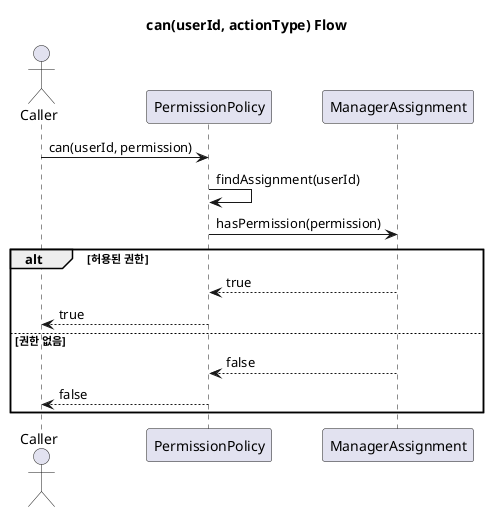
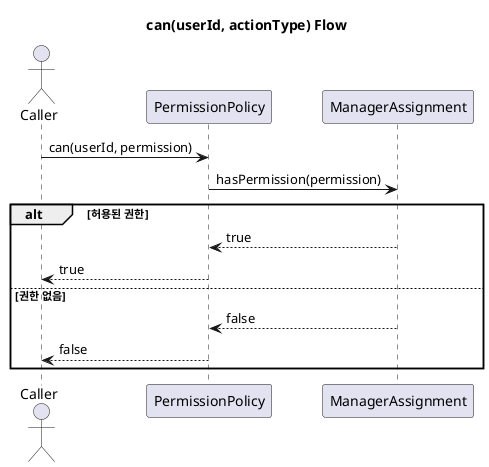
@startuml
title can(userId, actionType) Flow

actor Caller
participant PermissionPolicy
participant ManagerAssignment

Caller -> PermissionPolicy : can(userId, permission)

- PermissionPolicy -> PermissionPolicy : findAssignment(userId)
PermissionPolicy -> ManagerAssignment : hasPermission(permission)

alt 허용된 권한
  ManagerAssignment --> PermissionPolicy : true
  PermissionPolicy --> Caller : true
else 권한 없음
  ManagerAssignment --> PermissionPolicy : false
  PermissionPolicy --> Caller : false
end
@enduml
